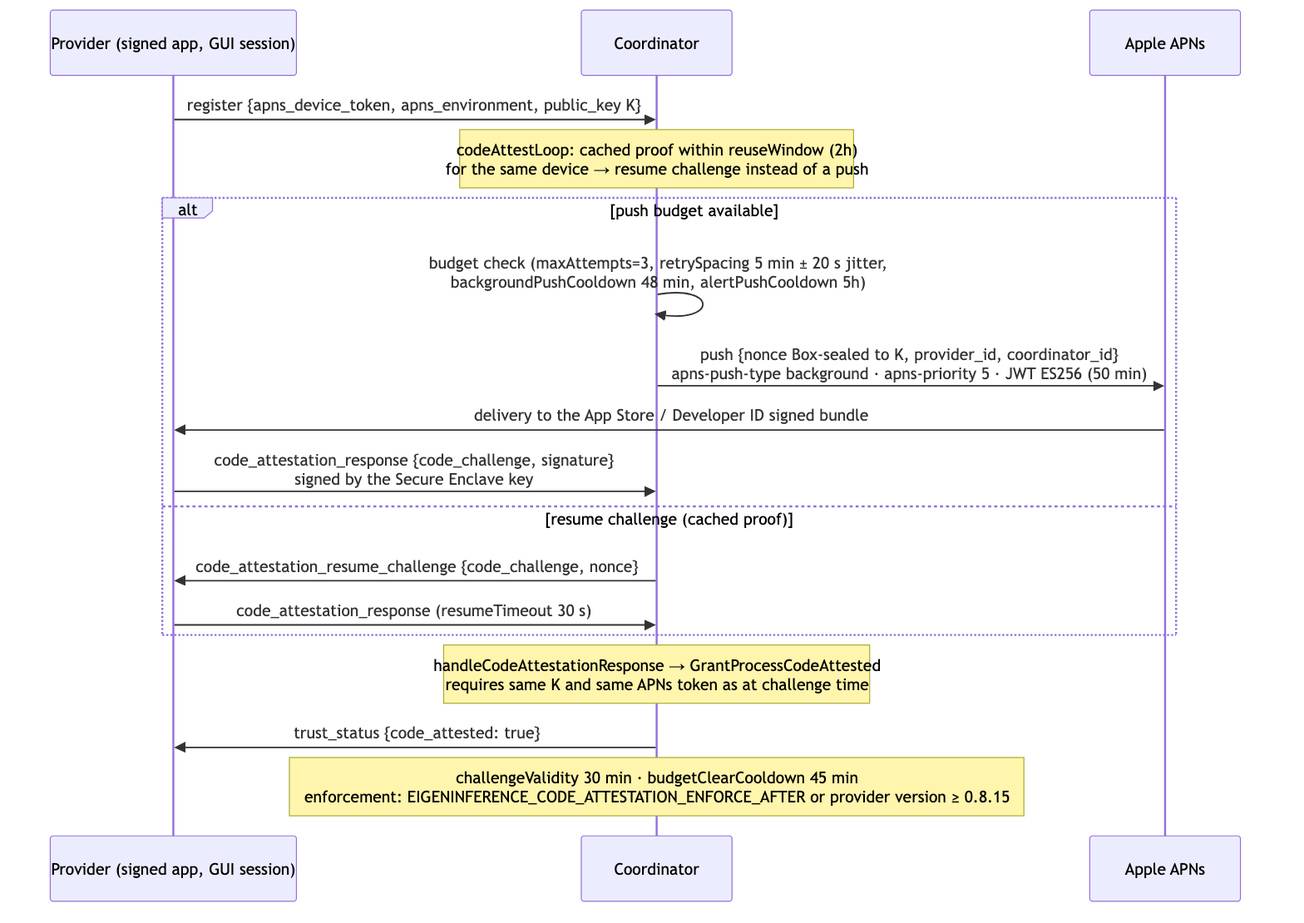
This is docs/assets/diagrams/apns-code-identity.png from Layr-Labs/d-inference, a Mermaid export, as it was before one commit. Its source is kept beside it as docs/assets/diagrams/apns-code-identity.mmd.
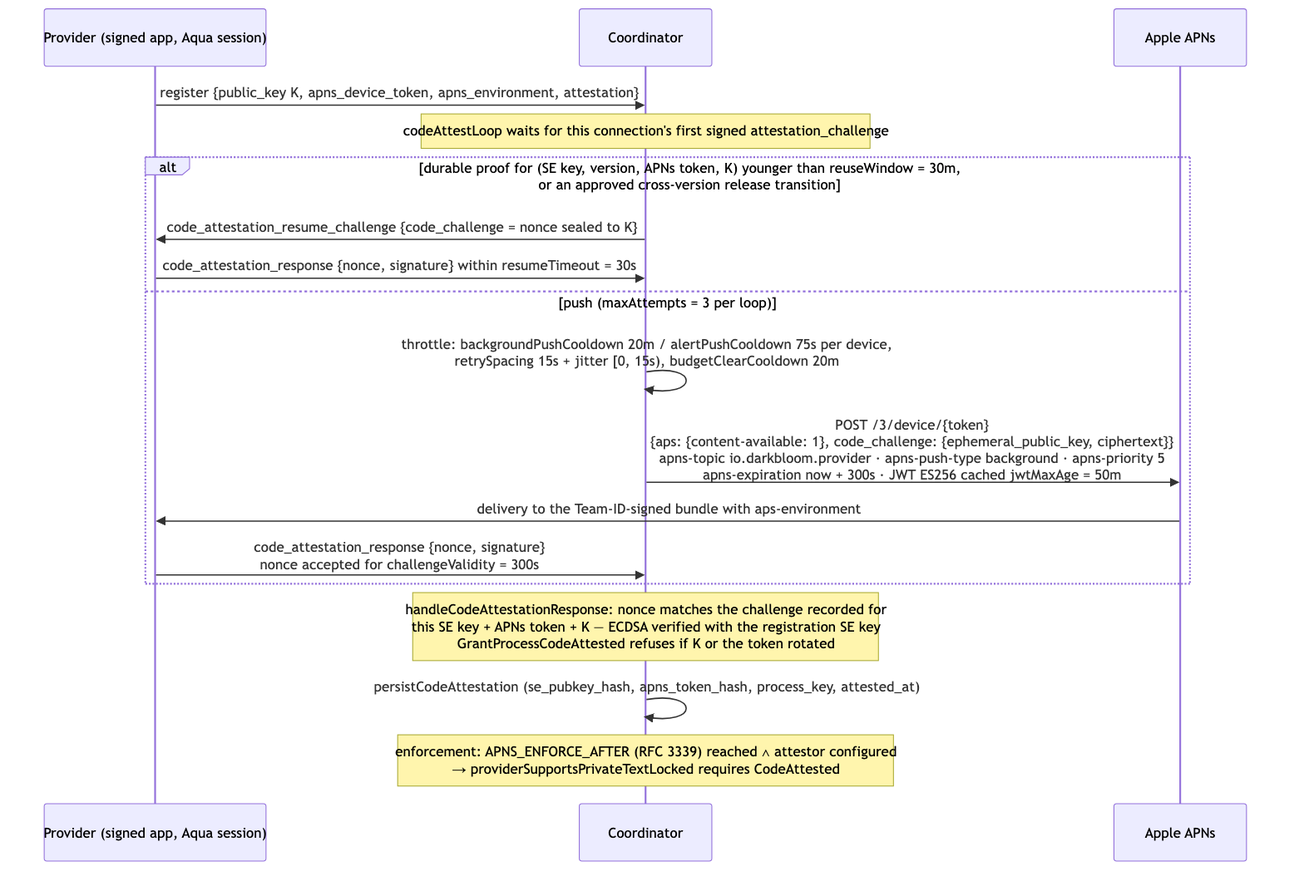
The same diagram one commit later.

Diff of the diagram source:
```diff
@@ -1,19 +1,19 @@
 sequenceDiagram
-    participant P as Provider (signed app, GUI session)
+    participant P as Provider (signed app, Aqua session)
     participant K as Coordinator
     participant A as Apple APNs
 
-    P->>K: register {apns_device_token, apns_environment, public_key K}
-    Note over K: codeAttestLoop: cached proof within reuseWindow (2h)<br/>for the same device → resume challenge instead of a push
-    alt push budget available
-        K->>K: budget check (maxAttempts=3, retrySpacing 5 min ± 20 s jitter,<br/>backgroundPushCooldown 48 min, alertPushCooldown 5h)
-        K->>A: push {nonce Box-sealed to K, provider_id, coordinator_id}<br/>apns-push-type background · apns-priority 5 · JWT ES256 (50 min)
-        A->>P: delivery to the App Store / Developer ID signed bundle
-        P->>K: code_attestation_response {code_challenge, signature}<br/>signed by the Secure Enclave key
-    else resume challenge (cached proof)
-        K->>P: code_attestation_resume_challenge {code_challenge, nonce}
-        P->>K: code_attestation_response (resumeTimeout 30 s)
+    P->>K: register {public_key K, apns_device_token, apns_environment, attestation}
+    Note over K: codeAttestLoop waits for this connection's first signed attestation_challenge
+    alt durable proof for (SE key, version, APNs token, K) younger than reuseWindow = 30m,<br/>or an approved cross-version release transition
+        K->>P: code_attestation_resume_challenge {code_challenge = nonce sealed to K}
+        P->>K: code_attestation_response {nonce, signature} within resumeTimeout = 30s
+    else push (maxAttempts = 3 per loop)
+        K->>K: throttle: backgroundPushCooldown 20m / alertPushCooldown 75s per device,<br/>retrySpacing 15s + jitter [0, 15s), budgetClearCooldown 20m
+        K->>A: POST /3/device/{token}<br/>{aps: {content-available: 1}, code_challenge: {ephemeral_public_key, ciphertext}}<br/>apns-topic io.darkbloom.provider · apns-push-type background · apns-priority 5<br/>apns-expiration now + 300s · JWT ES256 cached jwtMaxAge = 50m
+        A->>P: delivery to the Team-ID-signed bundle with aps-environment
+        P->>K: code_attestation_response {nonce, signature}<br/>nonce accepted for challengeValidity = 300s
     end
-    Note over K: handleCodeAttestationResponse → GrantProcessCodeAttested<br/>requires same K and same APNs token as at challenge time
-    K->>P: trust_status {code_attested: true}
-    Note over K: challengeValidity 30 min · budgetClearCooldown 45 min<br/>enforcement: EIGENINFERENCE_CODE_ATTESTATION_ENFORCE_AFTER or provider version ≥ 0.8.15
+    Note over K: handleCodeAttestationResponse: nonce matches the challenge recorded for<br/>this SE key + APNs token + K — ECDSA verified with the registration SE key<br/>GrantProcessCodeAttested refuses if K or the token rotated
+    K->>K: persistCodeAttestation (se_pubkey_hash, apns_token_hash, process_key, attested_at)
+    Note over K: enforcement: APNS_ENFORCE_AFTER (RFC 3339) reached ∧ attestor configured<br/>→ providerSupportsPrivateTextLocked requires CodeAttested
```
